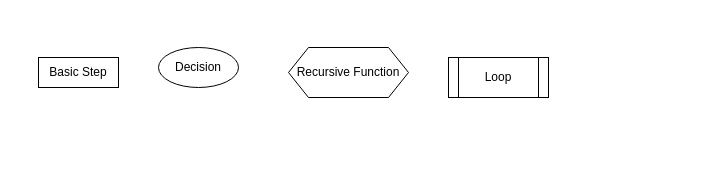
Before: page "Definitions" (1 of 3) of bot/Chess_Attempt2_AlgorithmFlowchart.drawio in Trentiumz/Chess, a draw.io diagram. Source tidied: cells renumbered, new cells numbered last; positions are measured from the earlier drawing's top-left corner, leaving out a move shared by most shapes. Both pictures are drawn from the tidied source at 100%, with x=0, y=0 at pixel (38, 47).
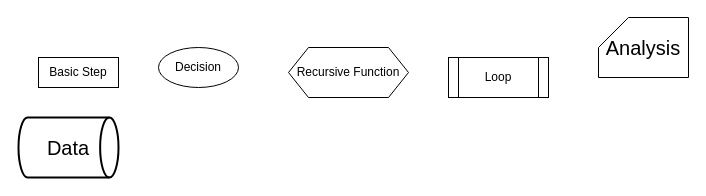
After the change.

Commit message:
Add Rating & Preprocessing

What changed in the source:
```diff
@@
 <mxGraphModel>
   <root>
     <mxCell id="0" />
     <mxCell id="1" parent="0" />
     <mxCell id="2" value="Basic Step" style="rounded=0;whiteSpace=wrap;html=1;" parent="1" vertex="1">
       <mxGeometry y="10" width="80" height="30" as="geometry" />
     </mxCell>
     <mxCell id="3" value="Decision" style="ellipse;whiteSpace=wrap;html=1;" parent="1" vertex="1">
       <mxGeometry x="120" width="80" height="40" as="geometry" />
     </mxCell>
     <mxCell id="4" value="Recursive Function" style="shape=hexagon;perimeter=hexagonPerimeter2;whiteSpace=wrap;html=1;fixedSize=1;" parent="1" vertex="1">
       <mxGeometry x="250" width="120" height="50" as="geometry" />
     </mxCell>
     <mxCell id="5" value="Loop" style="shape=process;whiteSpace=wrap;html=1;backgroundOutline=1;" parent="1" vertex="1">
       <mxGeometry x="410" y="10" width="100" height="40" as="geometry" />
     </mxCell>
+    <mxCell id="6" value="Analysis" style="shape=card;whiteSpace=wrap;html=1;fontSize=20;" parent="1" vertex="1">
+      <mxGeometry x="560" y="-30" width="90" height="60" as="geometry" />
+    </mxCell>
+    <mxCell id="7" value="Data" style="strokeWidth=2;html=1;shape=mxgraph.flowchart.direct_data;whiteSpace=wrap;fontSize=20;" parent="1" vertex="1">
+      <mxGeometry x="-20" y="70" width="100" height="60" as="geometry" />
+    </mxCell>
   </root>
 </mxGraphModel>
```
